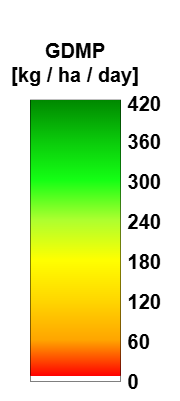
This is legends/clms_global_gdmp-gdmp_300m_v2_10daily.png from copernicus-land/colourmaps-legends, a draw.io export, as it was before one commit. Source tidied: cells renumbered, new cells last; positions are measured from the earlier drawing's top-left corner, leaving out a move shared by most shapes.
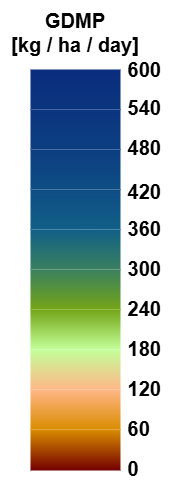
The same diagram one commit later.

Commit message:
DMP, GDMP, GPP, NPP global 300m v2 update

Change to the diagram source:
```diff
@@ -2,68 +2,80 @@
   <root>
     <mxCell id="0" />
     <mxCell id="1" parent="0" />
-    <mxCell id="2" style="group;" parent="1" vertex="1">
-      <mxGeometry width="180" height="400.2" as="geometry" />
-    </mxCell>
+    <mxCell id="23" style="group;" parent="1" vertex="1">
+      <mxGeometry x="-320" y="20" width="180" height="487.5" as="geometry" />
+    </mxCell>
-    <mxCell id="3" value="&lt;b&gt;&amp;nbsp;0&lt;/b&gt;" style="text;html=1;align=left;verticalAlign=middle;whiteSpace=wrap;rounded=0;fontSize=20;" parent="2" vertex="1">
-      <mxGeometry x="120" y="370.8" width="50" height="20" as="geometry" />
+    <mxCell id="3" value="&lt;b&gt;&amp;nbsp;0&lt;/b&gt;" style="text;html=1;align=left;verticalAlign=middle;whiteSpace=wrap;rounded=0;fontSize=20;" parent="23" vertex="1">
+      <mxGeometry x="120" y="458" width="50" height="20" as="geometry" />
     </mxCell>
-    <mxCell id="4" value="&lt;b&gt;&amp;nbsp;360&lt;/b&gt;" style="text;html=1;align=left;verticalAlign=middle;whiteSpace=wrap;rounded=0;fontSize=20;" parent="2" vertex="1">
-      <mxGeometry x="120" y="130.8" width="50" height="20" as="geometry" />
+    <mxCell id="4" value="&lt;b&gt;&amp;nbsp;360&lt;/b&gt;" style="text;html=1;align=left;verticalAlign=middle;whiteSpace=wrap;rounded=0;fontSize=20;" parent="23" vertex="1">
+      <mxGeometry x="120" y="218" width="50" height="20" as="geometry" />
     </mxCell>
-    <mxCell id="5" style="rounded=0;whiteSpace=wrap;html=1;strokeColor=none;fillColor=none;" parent="2" vertex="1">
-      <mxGeometry x="10" y="125.8" width="10" height="274.2" as="geometry" />
-    </mxCell>
+    <mxCell id="24" style="rounded=0;whiteSpace=wrap;html=1;strokeColor=none;fillColor=none;" parent="23" vertex="1">
+      <mxGeometry x="10" y="95.8" width="10" height="274.2" as="geometry" />
+    </mxCell>
-    <mxCell id="6" value="&lt;b&gt;&amp;nbsp;240&lt;/b&gt;" style="text;html=1;align=left;verticalAlign=middle;whiteSpace=wrap;rounded=0;fontSize=20;" parent="2" vertex="1">
-      <mxGeometry x="120" y="210.8" width="50" height="20" as="geometry" />
+    <mxCell id="6" value="&lt;b&gt;&amp;nbsp;240&lt;/b&gt;" style="text;html=1;align=left;verticalAlign=middle;whiteSpace=wrap;rounded=0;fontSize=20;" parent="23" vertex="1">
+      <mxGeometry x="120" y="298" width="50" height="20" as="geometry" />
     </mxCell>
-    <mxCell id="7" value="&lt;b&gt;&amp;nbsp;120&lt;/b&gt;" style="text;html=1;align=left;verticalAlign=middle;whiteSpace=wrap;rounded=0;fontSize=20;" parent="2" vertex="1">
-      <mxGeometry x="120" y="290.8" width="50" height="20" as="geometry" />
+    <mxCell id="7" value="&lt;b&gt;&amp;nbsp;120&lt;/b&gt;" style="text;html=1;align=left;verticalAlign=middle;whiteSpace=wrap;rounded=0;fontSize=20;" parent="23" vertex="1">
+      <mxGeometry x="120" y="378" width="50" height="20" as="geometry" />
     </mxCell>
-    <mxCell id="8" value="&lt;b&gt;&amp;nbsp;300&lt;/b&gt;" style="text;html=1;align=left;verticalAlign=middle;whiteSpace=wrap;rounded=0;fontSize=20;" parent="2" vertex="1">
-      <mxGeometry x="120" y="170.8" width="50" height="20" as="geometry" />
+    <mxCell id="8" value="&lt;b&gt;&amp;nbsp;300&lt;/b&gt;" style="text;html=1;align=left;verticalAlign=middle;whiteSpace=wrap;rounded=0;fontSize=20;" parent="23" vertex="1">
+      <mxGeometry x="120" y="258" width="50" height="20" as="geometry" />
     </mxCell>
-    <mxCell id="9" value="&lt;b&gt;&amp;nbsp;180&lt;/b&gt;" style="text;html=1;align=left;verticalAlign=middle;whiteSpace=wrap;rounded=0;fontSize=20;" parent="2" vertex="1">
-      <mxGeometry x="120" y="250.8" width="50" height="20" as="geometry" />
+    <mxCell id="9" value="&lt;b&gt;&amp;nbsp;180&lt;/b&gt;" style="text;html=1;align=left;verticalAlign=middle;whiteSpace=wrap;rounded=0;fontSize=20;" parent="23" vertex="1">
+      <mxGeometry x="120" y="338" width="50" height="20" as="geometry" />
     </mxCell>
-    <mxCell id="10" value="&lt;b&gt;&amp;nbsp;60&lt;/b&gt;" style="text;html=1;align=left;verticalAlign=middle;whiteSpace=wrap;rounded=0;fontSize=20;" parent="2" vertex="1">
-      <mxGeometry x="120" y="330.8" width="50" height="20" as="geometry" />
+    <mxCell id="10" value="&lt;b&gt;&amp;nbsp;60&lt;/b&gt;" style="text;html=1;align=left;verticalAlign=middle;whiteSpace=wrap;rounded=0;fontSize=20;" parent="23" vertex="1">
+      <mxGeometry x="120" y="418" width="50" height="20" as="geometry" />
     </mxCell>
-    <mxCell id="11" style="rounded=0;whiteSpace=wrap;html=1;strokeColor=none;fillColor=none;" parent="2" vertex="1">
-      <mxGeometry x="170" y="126" width="10" height="274.2" as="geometry" />
-    </mxCell>
+    <mxCell id="25" style="rounded=0;whiteSpace=wrap;html=1;strokeColor=none;fillColor=none;" parent="23" vertex="1">
+      <mxGeometry x="170" y="213.2" width="10" height="274.2" as="geometry" />
+    </mxCell>
-    <mxCell id="12" value="&lt;b&gt;&amp;nbsp;420&lt;/b&gt;" style="text;html=1;align=left;verticalAlign=middle;whiteSpace=wrap;rounded=0;fontSize=20;" parent="2" vertex="1">
-      <mxGeometry x="120" y="93.2" width="50" height="20" as="geometry" />
+    <mxCell id="12" value="&lt;b&gt;&amp;nbsp;420&lt;/b&gt;" style="text;html=1;align=left;verticalAlign=middle;whiteSpace=wrap;rounded=0;fontSize=20;" parent="23" vertex="1">
+      <mxGeometry x="120" y="180.5" width="50" height="20" as="geometry" />
     </mxCell>
-    <mxCell id="13" value="GDMP&lt;br&gt;[kg / ha / day]" style="text;html=1;align=center;verticalAlign=bottom;whiteSpace=wrap;rounded=0;fontStyle=1;fontSize=20;" parent="2" vertex="1">
-      <mxGeometry width="150" height="89.2" as="geometry" />
+    <mxCell id="13" value="GDMP&lt;br&gt;[kg / ha / day]" style="text;html=1;align=center;verticalAlign=bottom;whiteSpace=wrap;rounded=0;fontStyle=1;fontSize=20;" parent="23" vertex="1">
+      <mxGeometry width="150" height="59.2" as="geometry" />
     </mxCell>
-    <mxCell id="14" style="rounded=0;whiteSpace=wrap;html=1;fillColor=none;strokeColor=#000000;" parent="2" vertex="1">
-      <mxGeometry x="30" y="99.8" width="90" height="280.8" as="geometry" />
-    </mxCell>
-    <mxCell id="15" style="rounded=0;whiteSpace=wrap;html=1;gradientDirection=south;rotation=0;strokeColor=none;" parent="2" vertex="1">
-      <mxGeometry x="30" y="375.4" width="90" height="5.1" as="geometry" />
-    </mxCell>
-    <mxCell id="16" style="rounded=0;whiteSpace=wrap;html=1;gradientColor=light-dark(#FF0000,#FF0000);gradientDirection=south;strokeColor=none;rotation=0;fillColor=light-dark(#FFA500,#FFA500);" parent="2" vertex="1">
-      <mxGeometry x="30" y="339.5" width="90" height="36" as="geometry" />
-    </mxCell>
-    <mxCell id="17" style="rounded=0;whiteSpace=wrap;html=1;gradientColor=light-dark(#FFA500,#FFA500);gradientDirection=south;strokeColor=none;rotation=0;fillColor=light-dark(#FFD700,#FFD700);" parent="2" vertex="1">
-      <mxGeometry x="30" y="299.5" width="90" height="40" as="geometry" />
-    </mxCell>
-    <mxCell id="18" style="rounded=0;whiteSpace=wrap;html=1;gradientColor=light-dark(#FFD700,#FFD700);gradientDirection=south;strokeColor=none;rotation=0;fillColor=light-dark(#FFFF00,#FFFF00);" parent="2" vertex="1">
-      <mxGeometry x="30" y="259.5" width="90" height="40" as="geometry" />
-    </mxCell>
-    <mxCell id="19" style="rounded=0;whiteSpace=wrap;html=1;gradientColor=light-dark(#FFFF00,#FFFF00);gradientDirection=south;strokeColor=none;rotation=0;fillColor=light-dark(#ADFF2F,#ADFF2F);" parent="2" vertex="1">
-      <mxGeometry x="30" y="219.5" width="90" height="40" as="geometry" />
-    </mxCell>
-    <mxCell id="20" style="rounded=0;whiteSpace=wrap;html=1;gradientColor=light-dark(#ADFF2F,#ADFF2F);gradientDirection=south;strokeColor=none;rotation=0;fillColor=light-dark(#14FF14,#14FF14);" parent="2" vertex="1">
-      <mxGeometry x="30" y="179.5" width="90" height="40" as="geometry" />
-    </mxCell>
-    <mxCell id="21" style="rounded=0;whiteSpace=wrap;html=1;gradientColor=light-dark(#14FF14,#14FF14);gradientDirection=south;strokeColor=none;rotation=0;fillColor=light-dark(#0AC80A,#0AC80A);" parent="2" vertex="1">
-      <mxGeometry x="30" y="139.5" width="90" height="40" as="geometry" />
-    </mxCell>
-    <mxCell id="22" style="rounded=0;whiteSpace=wrap;html=1;gradientColor=light-dark(#0AC80A,#0AC80A);gradientDirection=south;strokeColor=none;rotation=0;fillColor=light-dark(#008800,#008800);" parent="2" vertex="1">
-      <mxGeometry x="30" y="99.5" width="90" height="40" as="geometry" />
-    </mxCell>
+    <mxCell id="26" style="rounded=0;whiteSpace=wrap;html=1;gradientColor=light-dark(#DA8C00,#DA8C00);gradientDirection=south;strokeColor=none;rotation=0;fillColor=light-dark(#FFB787,#FFB787);" parent="23" vertex="1">
+      <mxGeometry x="30" y="389" width="90" height="40" as="geometry" />
+    </mxCell>
+    <mxCell id="27" style="rounded=0;whiteSpace=wrap;html=1;gradientColor=light-dark(#FFB787,#FFB787);gradientDirection=south;strokeColor=none;rotation=0;fillColor=light-dark(#C3FF99,#C3FF99);" parent="23" vertex="1">
+      <mxGeometry x="30" y="349" width="90" height="40" as="geometry" />
+    </mxCell>
+    <mxCell id="28" style="rounded=0;whiteSpace=wrap;html=1;gradientColor=light-dark(#C3FF99,#C3FF99);gradientDirection=south;strokeColor=none;rotation=0;fillColor=light-dark(#73A517,#73A517);" parent="23" vertex="1">
+      <mxGeometry x="30" y="309" width="90" height="40" as="geometry" />
+    </mxCell>
+    <mxCell id="29" style="rounded=0;whiteSpace=wrap;html=1;gradientColor=light-dark(#73A517,#73A517);gradientDirection=south;strokeColor=none;rotation=0;fillColor=light-dark(#3A805F,#3A805F);" parent="23" vertex="1">
+      <mxGeometry x="30" y="269" width="90" height="40" as="geometry" />
+    </mxCell>
+    <mxCell id="30" style="rounded=0;whiteSpace=wrap;html=1;gradientColor=light-dark(#3A805F,#3A805F);gradientDirection=south;strokeColor=none;rotation=0;fillColor=light-dark(#115F88,#115F88);" parent="23" vertex="1">
+      <mxGeometry x="30" y="229" width="90" height="40" as="geometry" />
+    </mxCell>
+    <mxCell id="31" style="rounded=0;whiteSpace=wrap;html=1;gradientColor=light-dark(#115F88,#115F88);gradientDirection=south;strokeColor=none;rotation=0;fillColor=light-dark(#0E4D84,#0E4D84);" parent="23" vertex="1">
+      <mxGeometry x="30" y="189" width="90" height="40" as="geometry" />
+    </mxCell>
+    <mxCell id="32" style="rounded=0;whiteSpace=wrap;html=1;gradientColor=light-dark(#730000,#730000);gradientDirection=south;strokeColor=none;rotation=0;fillColor=light-dark(#DA8C00,#DA8C00);" parent="23" vertex="1">
+      <mxGeometry x="30" y="429" width="90" height="41" as="geometry" />
+    </mxCell>
+    <mxCell id="33" style="rounded=0;whiteSpace=wrap;html=1;gradientColor=light-dark(#0E4D84,#0E4D84);gradientDirection=south;strokeColor=none;rotation=0;fillColor=light-dark(#0C3E81,#0C3E81);" parent="23" vertex="1">
+      <mxGeometry x="30" y="149" width="90" height="40" as="geometry" />
+    </mxCell>
+    <mxCell id="34" style="rounded=0;whiteSpace=wrap;html=1;gradientColor=light-dark(#0C3E81,#0C3E81);gradientDirection=south;strokeColor=none;rotation=0;fillColor=light-dark(#0B357F,#0B357F);" parent="23" vertex="1">
+      <mxGeometry x="30" y="109" width="90" height="40" as="geometry" />
+    </mxCell>
+    <mxCell id="35" style="rounded=0;whiteSpace=wrap;html=1;gradientColor=light-dark(#0B357F,#0B357F);gradientDirection=south;strokeColor=none;rotation=0;fillColor=light-dark(#0A2D7D,#0A2D7D);" parent="23" vertex="1">
+      <mxGeometry x="30" y="69" width="90" height="40" as="geometry" />
+    </mxCell>
+    <mxCell id="36" value="&lt;b&gt;&amp;nbsp;540&lt;/b&gt;" style="text;html=1;align=left;verticalAlign=middle;whiteSpace=wrap;rounded=0;fontSize=20;" parent="23" vertex="1">
+      <mxGeometry x="120" y="96.8" width="50" height="20" as="geometry" />
+    </mxCell>
+    <mxCell id="37" value="&lt;b&gt;&amp;nbsp;480&lt;/b&gt;" style="text;html=1;align=left;verticalAlign=middle;whiteSpace=wrap;rounded=0;fontSize=20;" parent="23" vertex="1">
+      <mxGeometry x="120" y="136.8" width="50" height="20" as="geometry" />
+    </mxCell>
+    <mxCell id="38" value="&lt;b&gt;&amp;nbsp;600&lt;/b&gt;" style="text;html=1;align=left;verticalAlign=middle;whiteSpace=wrap;rounded=0;fontSize=20;" parent="23" vertex="1">
+      <mxGeometry x="120" y="59.2" width="50" height="20" as="geometry" />
+    </mxCell>
   </root>
 </mxGraphModel>
```
